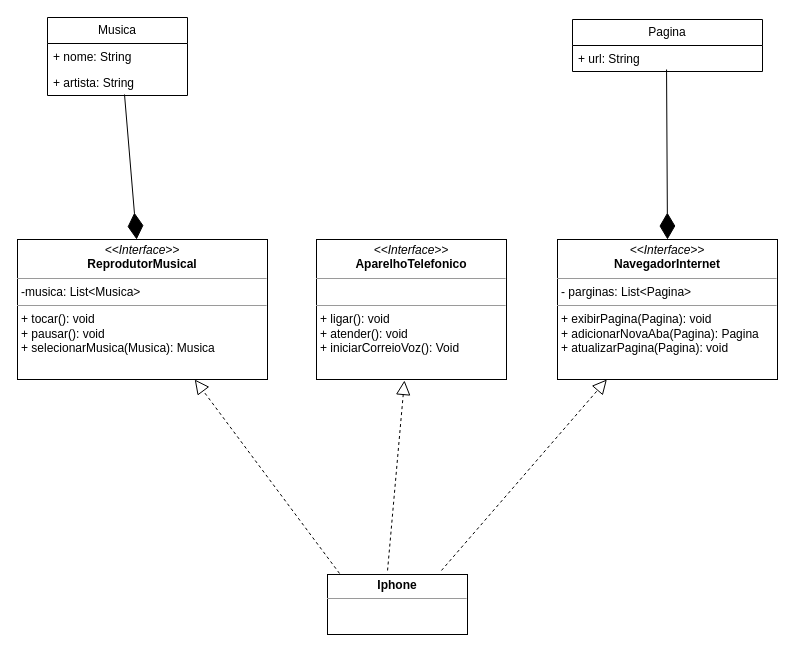
Above: Untitled Diagram.drawio in datdudu/iphone-class-diagram (draw.io), before the change. Source tidied: cells renumbered, new cells numbered last; positions are measured from the earlier drawing's top-left corner, leaving out a move shared by most shapes. Both pictures are drawn from the tidied source at 100%, with x=0, y=0 at pixel (17, 17).
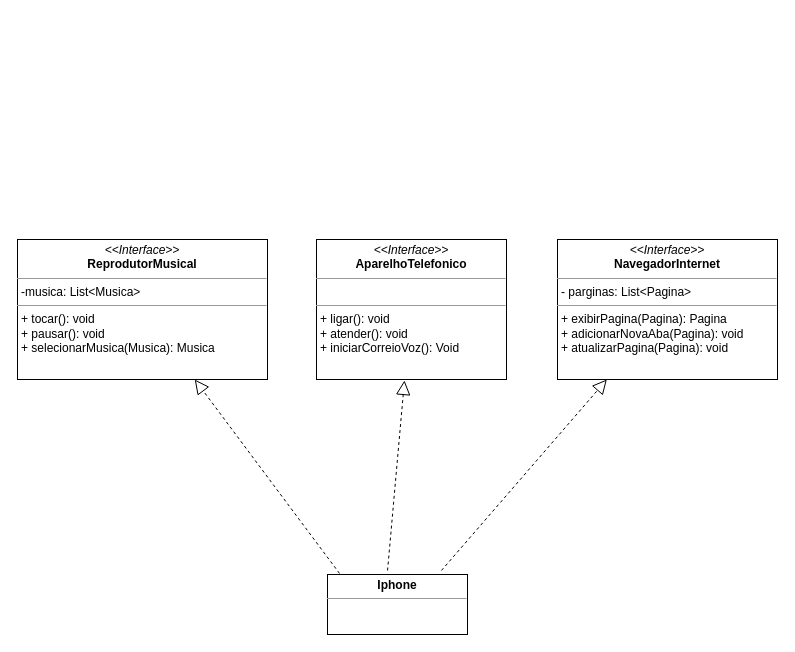
After the change.

Commit message:
Consertando Diagrama

Diff of the diagram source:
```diff
@@
 <mxGraphModel>
   <root>
     <mxCell id="0" />
     <mxCell id="1" parent="0" />
     <mxCell id="2" value="&lt;p style=&quot;margin:0px;margin-top:4px;text-align:center;&quot;&gt;&lt;i&gt;&amp;lt;&amp;lt;Interface&amp;gt;&amp;gt;&lt;/i&gt;&lt;br&gt;&lt;b&gt;AparelhoTelefonico&lt;/b&gt;&lt;/p&gt;&lt;hr size=&quot;1&quot;&gt;&lt;p style=&quot;margin:0px;margin-left:4px;&quot;&gt;&lt;br&gt;&lt;/p&gt;&lt;hr size=&quot;1&quot;&gt;&lt;p style=&quot;margin:0px;margin-left:4px;&quot;&gt;+ ligar(): void&lt;br&gt;+ atender(): void&lt;/p&gt;&lt;p style=&quot;margin:0px;margin-left:4px;&quot;&gt;+ iniciarCorreioVoz(): Void&lt;/p&gt;" style="verticalAlign=top;align=left;overflow=fill;fontSize=12;fontFamily=Helvetica;html=1;whiteSpace=wrap;" parent="1" vertex="1">
       <mxGeometry x="299" y="222" width="190" height="140" as="geometry" />
     </mxCell>
     <mxCell id="3" value="&lt;p style=&quot;margin:0px;margin-top:4px;text-align:center;&quot;&gt;&lt;b&gt;Iphone&lt;/b&gt;&lt;/p&gt;&lt;hr size=&quot;1&quot;&gt;&lt;div style=&quot;height:2px;&quot;&gt;&lt;br&gt;&lt;/div&gt;&lt;div style=&quot;height:2px;&quot;&gt;&lt;br&gt;&lt;/div&gt;" style="verticalAlign=top;align=left;overflow=fill;fontSize=12;fontFamily=Helvetica;html=1;whiteSpace=wrap;" parent="1" vertex="1">
       <mxGeometry x="310" y="557" width="140" height="60" as="geometry" />
     </mxCell>
     <mxCell id="4" style="endArrow=block;dashed=1;endFill=0;endSize=12;html=1;rounded=0;exitX=0.429;exitY=-0.067;exitDx=0;exitDy=0;exitPerimeter=0;entryX=0.463;entryY=1.007;entryDx=0;entryDy=0;entryPerimeter=0;" parent="1" edge="1" source="3" target="2">
       <mxGeometry relative="1" as="geometry" />
     </mxCell>
     <mxCell id="5" value="&lt;p style=&quot;margin:0px;margin-top:4px;text-align:center;&quot;&gt;&lt;i&gt;&amp;lt;&amp;lt;Interface&amp;gt;&amp;gt;&lt;/i&gt;&lt;br&gt;&lt;b&gt;ReprodutorMusical&lt;/b&gt;&lt;/p&gt;&lt;hr size=&quot;1&quot;&gt;&lt;p style=&quot;margin:0px;margin-left:4px;&quot;&gt;-musica: List&amp;lt;Musica&amp;gt;&lt;br&gt;&lt;/p&gt;&lt;hr size=&quot;1&quot;&gt;&lt;p style=&quot;margin:0px;margin-left:4px;&quot;&gt;+ tocar(): void&lt;br&gt;+ pausar(): void&lt;/p&gt;&lt;p style=&quot;margin:0px;margin-left:4px;&quot;&gt;+ selecionarMusica(Musica): Musica&lt;/p&gt;" style="verticalAlign=top;align=left;overflow=fill;fontSize=12;fontFamily=Helvetica;html=1;whiteSpace=wrap;" parent="1" vertex="1">
       <mxGeometry y="222" width="250" height="140" as="geometry" />
     </mxCell>
-    <mxCell id="6" value="&lt;p style=&quot;margin:0px;margin-top:4px;text-align:center;&quot;&gt;&lt;i&gt;&amp;lt;&amp;lt;Interface&amp;gt;&amp;gt;&lt;/i&gt;&lt;br&gt;&lt;b&gt;NavegadorInternet&lt;/b&gt;&lt;/p&gt;&lt;hr size=&quot;1&quot;&gt;&lt;p style=&quot;margin:0px;margin-left:4px;&quot;&gt;- parginas: List&amp;lt;Pagina&amp;gt;&lt;br&gt;&lt;/p&gt;&lt;hr size=&quot;1&quot;&gt;&lt;p style=&quot;margin:0px;margin-left:4px;&quot;&gt;+ exibirPagina(Pagina): void&lt;br&gt;+ adicionarNovaAba(Pagina): Pagina&lt;/p&gt;&lt;p style=&quot;margin:0px;margin-left:4px;&quot;&gt;+ atualizarPagina(Pagina): void&lt;/p&gt;" style="verticalAlign=top;align=left;overflow=fill;fontSize=12;fontFamily=Helvetica;html=1;whiteSpace=wrap;" parent="1" vertex="1">
+    <mxCell id="6" value="&lt;p style=&quot;margin:0px;margin-top:4px;text-align:center;&quot;&gt;&lt;i&gt;&amp;lt;&amp;lt;Interface&amp;gt;&amp;gt;&lt;/i&gt;&lt;br&gt;&lt;b&gt;NavegadorInternet&lt;/b&gt;&lt;/p&gt;&lt;hr size=&quot;1&quot;&gt;&lt;p style=&quot;margin:0px;margin-left:4px;&quot;&gt;- parginas: List&amp;lt;Pagina&amp;gt;&lt;br&gt;&lt;/p&gt;&lt;hr size=&quot;1&quot;&gt;&lt;p style=&quot;margin:0px;margin-left:4px;&quot;&gt;+ exibirPagina(Pagina): Pagina&lt;br&gt;+ adicionarNovaAba(Pagina): void&lt;/p&gt;&lt;p style=&quot;margin:0px;margin-left:4px;&quot;&gt;+ atualizarPagina(Pagina): void&lt;/p&gt;" style="verticalAlign=top;align=left;overflow=fill;fontSize=12;fontFamily=Helvetica;html=1;whiteSpace=wrap;" parent="1" vertex="1">
       <mxGeometry x="540" y="222" width="220" height="140" as="geometry" />
     </mxCell>
     <mxCell id="7" style="endArrow=block;dashed=1;endFill=0;endSize=12;html=1;rounded=0;exitX=0.086;exitY=-0.017;exitDx=0;exitDy=0;exitPerimeter=0;" parent="1" edge="1" source="3" target="5">
       <mxGeometry relative="1" as="geometry" />
     </mxCell>
     <mxCell id="8" style="endArrow=block;dashed=1;endFill=0;endSize=12;html=1;rounded=0;exitX=0.814;exitY=-0.067;exitDx=0;exitDy=0;exitPerimeter=0;" parent="1" edge="1" source="3" target="6">
       <mxGeometry relative="1" as="geometry" />
     </mxCell>
-    <mxCell id="9" style="endArrow=diamondThin;endFill=1;endSize=24;html=1;rounded=0;entryX=0.5;entryY=0;entryDx=0;entryDy=0;exitX=0.495;exitY=0.923;exitDx=0;exitDy=0;exitPerimeter=0;" parent="1" edge="1" source="15" target="6">
-      <mxGeometry relative="1" as="geometry" />
-    </mxCell>
-    <mxCell id="10" style="endArrow=diamondThin;endFill=1;endSize=24;html=1;rounded=0;exitX=0.55;exitY=0.962;exitDx=0;exitDy=0;exitPerimeter=0;" parent="1" edge="1" source="13" target="5">
-      <mxGeometry relative="1" as="geometry" />
-    </mxCell>
-    <mxCell id="11" value="Musica" style="swimlane;fontStyle=0;horizontal=1;startSize=26;fillColor=none;whiteSpace=wrap;html=1;" parent="1" vertex="1">
-      <mxGeometry x="30" width="140" height="78" as="geometry" />
-    </mxCell>
-    <mxCell id="12" value="+ nome: String" style="text;strokeColor=none;fillColor=none;align=left;verticalAlign=top;spacingLeft=4;spacingRight=4;overflow=hidden;whiteSpace=wrap;html=1;" parent="11" vertex="1">
-      <mxGeometry y="26" width="140" height="26" as="geometry" />
-    </mxCell>
-    <mxCell id="13" value="+ artista: String" style="text;strokeColor=none;fillColor=none;align=left;verticalAlign=top;spacingLeft=4;spacingRight=4;overflow=hidden;points=[[0,0.5],[1,0.5]];portConstraint=eastwest;whiteSpace=wrap;html=1;" parent="11" vertex="1">
-      <mxGeometry y="52" width="140" height="26" as="geometry" />
-    </mxCell>
-    <mxCell id="14" value="Pagina" style="swimlane;fontStyle=0;horizontal=1;startSize=26;fillColor=none;whiteSpace=wrap;html=1;" parent="1" vertex="1">
-      <mxGeometry x="555" y="2" width="190" height="52" as="geometry" />
-    </mxCell>
-    <mxCell id="15" value="+ url: String" style="text;strokeColor=none;fillColor=none;align=left;verticalAlign=top;spacingLeft=4;spacingRight=4;overflow=hidden;points=[[0,0.5],[1,0.5]];portConstraint=eastwest;whiteSpace=wrap;html=1;" parent="14" vertex="1">
-      <mxGeometry y="26" width="190" height="26" as="geometry" />
-    </mxCell>
   </root>
 </mxGraphModel>
```
